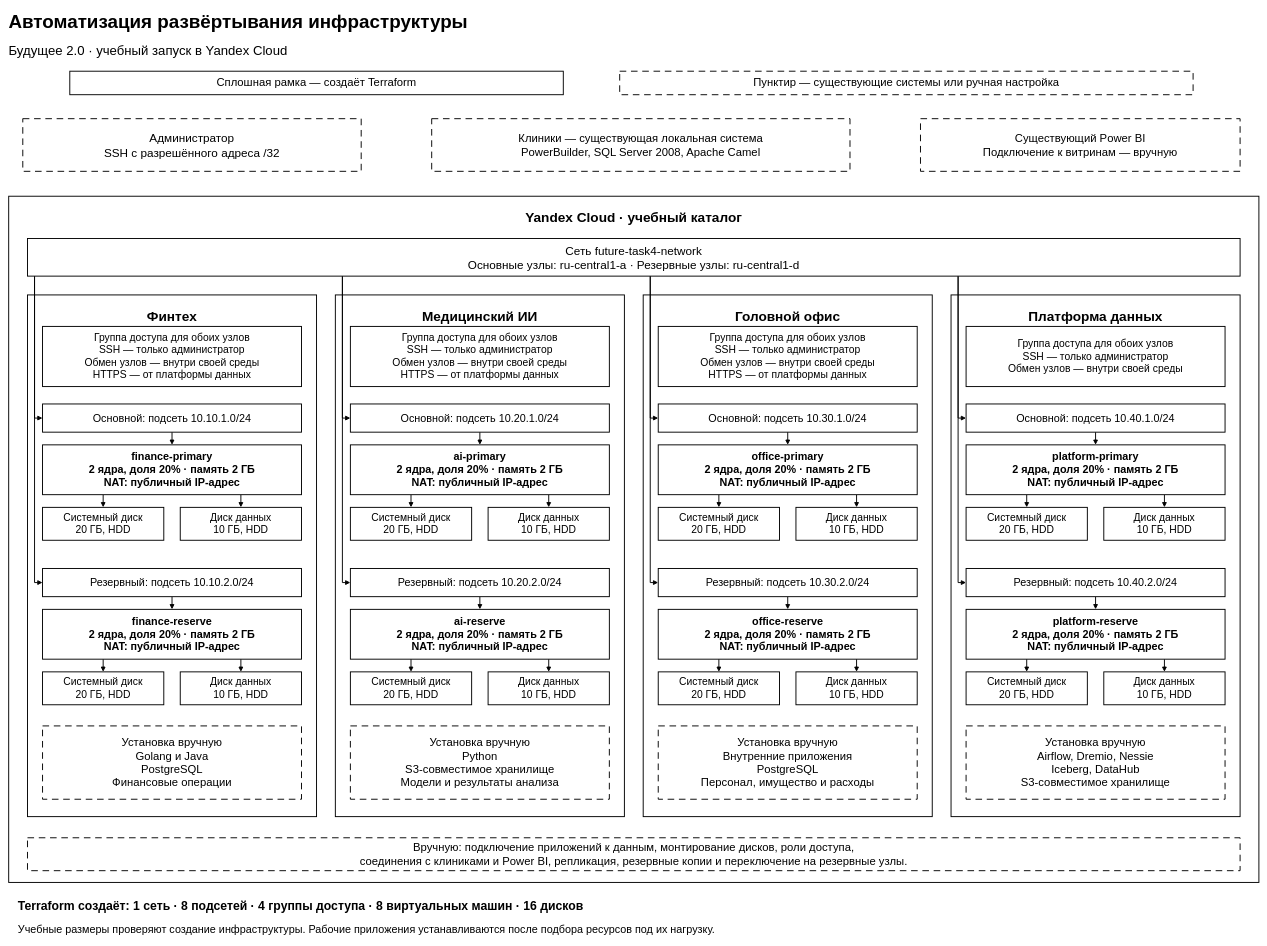
This is Task4/diagram.drawio from Heges/architecture-future_2_0, a draw.io file, before an edit. Source tidied: cells renumbered, new cells numbered last; positions are measured from the earlier drawing's top-left corner, leaving out a move shared by most shapes. Both pictures are drawn from the tidied source at 47%, with x=0, y=0 at pixel (8, 8).
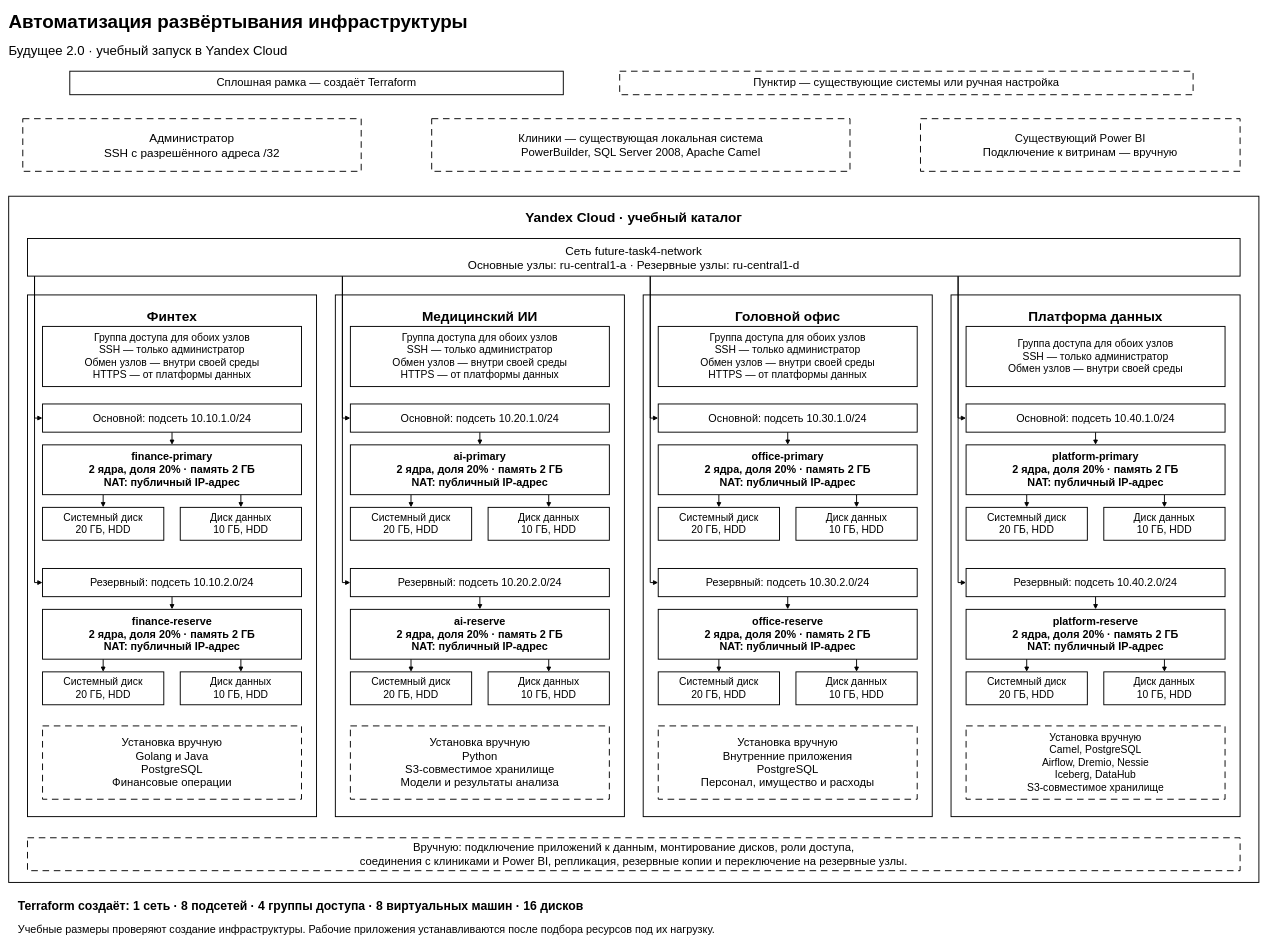
Above is the later version.

Commit message (it also covers changes not shown here):
fix: Уточнена архитектура интеграций на Apache Camel

The edit, as a diff of the source:
```diff
@@
-    <mxCell id="86" value="Установка вручную&#10;Airflow, Dremio, Nessie&#10;Iceberg, DataHub&#10;S3-совместимое хранилище" style="html=0;whiteSpace=wrap;fontFamily=Arial;fontColor=#000000;fontSize=24;fontStyle=0;align=center;verticalAlign=middle;spacing=8;strokeColor=#000000;strokeWidth=2;fillColor=#FFFFFF;dashed=1;dashPattern=7 5;" parent="1" vertex="1">
+    <mxCell id="86" value="Установка вручную&#10;Camel, PostgreSQL&#10;Airflow, Dremio, Nessie&#10;Iceberg, DataHub&#10;S3-совместимое хранилище" style="html=0;whiteSpace=wrap;fontFamily=Arial;fontColor=#000000;fontSize=22;fontStyle=0;align=center;verticalAlign=middle;spacing=8;strokeColor=#000000;strokeWidth=2;fillColor=#FFFFFF;dashed=1;dashPattern=7 5;" parent="1" vertex="1">
       <mxGeometry x="2037" y="1527" width="551" height="156" as="geometry" />
     </mxCell>
```
